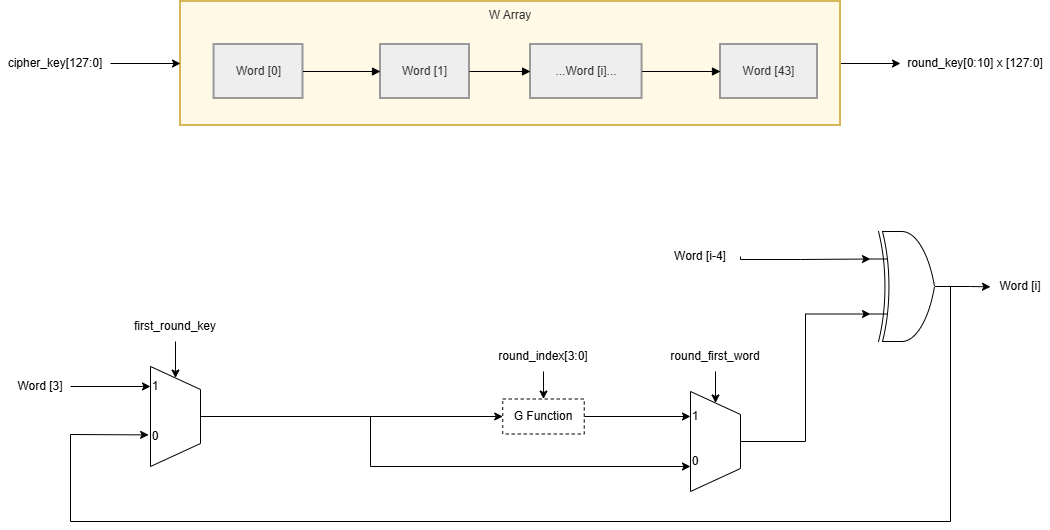
Earlier version of the draw.io export media/AESKeyExpansionLowDes.png (LQLManZz/AES128-Verilog). Source tidied: cells renumbered, new cells last; positions are measured from the earlier drawing's top-left corner, leaving out a move shared by most shapes.
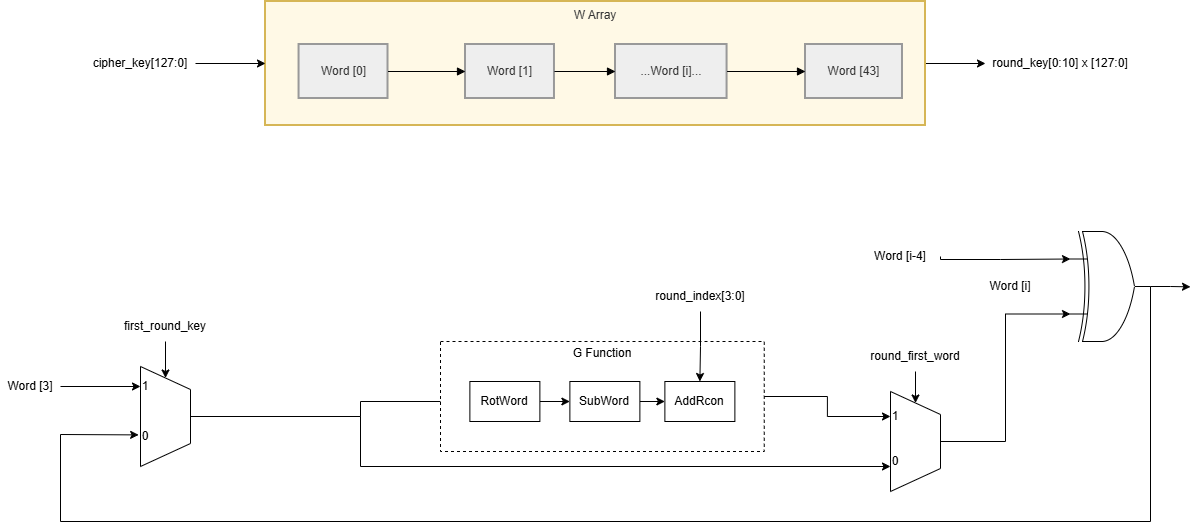
After the change.

The edit, as a diff of the source:
```diff
@@ -29,63 +29,62 @@
     <mxCell id="10" style="curved=1;startArrow=none;endArrow=block;exitX=1;exitY=0.5;entryX=0;entryY=0.5;rounded=0;" parent="3" edge="1" source="6" target="7">
       <mxGeometry relative="1" as="geometry" />
     </mxCell>
-    <mxCell id="11" style="edgeStyle=orthogonalEdgeStyle;rounded=0;jettySize=auto;html=1;exitX=0.5;exitY=0;exitDx=0;exitDy=0;entryX=0;entryY=0.5;entryDx=0;entryDy=0;" parent="1" edge="1" source="13" target="17">
-      <mxGeometry relative="1" as="geometry" />
-    </mxCell>
     <mxCell id="12" style="edgeStyle=orthogonalEdgeStyle;rounded=0;jettySize=auto;html=1;exitX=0.5;exitY=0;exitDx=0;exitDy=0;entryX=0.25;entryY=1;entryDx=0;entryDy=0;" parent="1" edge="1" source="13" target="18">
       <mxGeometry relative="1" as="geometry">
         <Array as="points">
-          <mxPoint x="370" y="415" />
-          <mxPoint x="370" y="465" />
+          <mxPoint x="275" y="415" />
+          <mxPoint x="275" y="465" />
         </Array>
       </mxGeometry>
     </mxCell>
     <mxCell id="13" style="verticalLabelPosition=middle;verticalAlign=middle;html=1;shape=trapezoid;perimeter=trapezoidPerimeter;whiteSpace=wrap;size=0.23;arcSize=10;flipV=1;labelPosition=center;align=center;legacyAnchorPoints=0;rotation=-90;" parent="1" vertex="1">
-      <mxGeometry x="125" y="390" width="100" height="50" as="geometry" />
+      <mxGeometry x="30" y="390" width="100" height="50" as="geometry" />
     </mxCell>
     <mxCell id="14" style="edgeStyle=orthogonalEdgeStyle;rounded=0;jettySize=auto;html=1;exitX=1;exitY=0.5;exitDx=0;exitDy=0;entryX=0;entryY=0.5;entryDx=0;entryDy=0;" parent="1" edge="1" source="15" target="27">
       <mxGeometry relative="1" as="geometry" />
     </mxCell>
+    <mxCell id="39" style="edgeStyle=orthogonalEdgeStyle;rounded=0;jettySize=auto;html=1;exitX=0.5;exitY=0;exitDx=0;exitDy=0;entryX=0;entryY=0.5;entryDx=0;entryDy=0;" parent="1" edge="1" source="13" target="43">
+      <mxGeometry relative="1" as="geometry">
+        <Array as="points">
+          <mxPoint x="275" y="415" />
+          <mxPoint x="275" y="400" />
+        </Array>
+      </mxGeometry>
+    </mxCell>
     <mxCell id="15" value="Word [3]" style="text;html=1;whiteSpace=wrap;strokeColor=none;fillColor=none;align=center;verticalAlign=middle;rounded=0;" parent="1" vertex="1">
-      <mxGeometry x="10" y="370" width="60" height="30" as="geometry" />
+      <mxGeometry x="-85" y="370" width="60" height="30" as="geometry" />
     </mxCell>
-    <mxCell id="16" style="edgeStyle=orthogonalEdgeStyle;rounded=0;jettySize=auto;html=1;exitX=1;exitY=0.5;exitDx=0;exitDy=0;entryX=0.75;entryY=1;entryDx=0;entryDy=0;" parent="1" edge="1" source="17" target="18">
-      <mxGeometry relative="1" as="geometry" />
-    </mxCell>
-    <mxCell id="17" value="G Function" style="whiteSpace=wrap;html=1;dashed=1;" parent="1" vertex="1">
-      <mxGeometry x="502.2" y="397.5" width="81.5" height="35" as="geometry" />
-    </mxCell>
     <mxCell id="18" style="verticalLabelPosition=middle;verticalAlign=middle;html=1;shape=trapezoid;perimeter=trapezoidPerimeter;whiteSpace=wrap;size=0.23;arcSize=10;flipV=1;labelPosition=center;align=center;legacyAnchorPoints=0;rotation=-90;" parent="1" vertex="1">
-      <mxGeometry x="665" y="415" width="100" height="50" as="geometry" />
+      <mxGeometry x="780" y="415" width="100" height="50" as="geometry" />
     </mxCell>
     <mxCell id="19" style="edgeStyle=orthogonalEdgeStyle;rounded=0;jettySize=auto;html=1;exitX=1;exitY=0.5;exitDx=0;exitDy=0;exitPerimeter=0;" parent="1" edge="1" source="20">
       <mxGeometry relative="1" as="geometry">
-        <mxPoint x="990" y="285.3" as="targetPoint" />
+        <mxPoint x="1105" y="285.3" as="targetPoint" />
       </mxGeometry>
     </mxCell>
     <mxCell id="20" style="verticalLabelPosition=bottom;shadow=0;dashed=0;align=center;html=1;verticalAlign=top;shape=mxgraph.electrical.logic_gates.logic_gate;operation=xor;" parent="1" vertex="1">
-      <mxGeometry x="870" y="230" width="80" height="110" as="geometry" />
+      <mxGeometry x="985" y="230" width="80" height="110" as="geometry" />
     </mxCell>
     <mxCell id="21" value="Word [i]" style="text;html=1;whiteSpace=wrap;strokeColor=none;fillColor=none;align=center;verticalAlign=middle;rounded=0;" parent="1" vertex="1">
-      <mxGeometry x="990" y="270" width="60" height="30" as="geometry" />
+      <mxGeometry x="895" y="270" width="60" height="30" as="geometry" />
     </mxCell>
     <mxCell id="22" style="endArrow=classic;html=1;rounded=0;entryX=0.316;entryY=1.037;entryDx=0;entryDy=0;entryPerimeter=0;exitX=1;exitY=0.5;exitDx=0;exitDy=0;exitPerimeter=0;" parent="1" edge="1" source="20" target="13">
       <mxGeometry relative="1" as="geometry">
         <Array as="points">
-          <mxPoint x="950" y="520" />
-          <mxPoint x="70" y="520" />
-          <mxPoint x="70" y="433" />
+          <mxPoint x="1065" y="520" />
+          <mxPoint x="-25" y="520" />
+          <mxPoint x="-25" y="433" />
         </Array>
       </mxGeometry>
     </mxCell>
     <mxCell id="23" value="Word [i-4]" style="text;html=1;whiteSpace=wrap;strokeColor=none;fillColor=none;align=center;verticalAlign=middle;rounded=0;" parent="1" vertex="1">
-      <mxGeometry x="660" y="240" width="80" height="30" as="geometry" />
+      <mxGeometry x="775" y="240" width="80" height="30" as="geometry" />
     </mxCell>
     <mxCell id="24" style="edgeStyle=orthogonalEdgeStyle;rounded=0;jettySize=auto;html=1;exitX=1;exitY=0.5;exitDx=0;exitDy=0;entryX=0;entryY=0.25;entryDx=0;entryDy=0;entryPerimeter=0;" parent="1" edge="1" source="23" target="20">
       <mxGeometry relative="1" as="geometry">
         <Array as="points">
-          <mxPoint x="740" y="258" />
-          <mxPoint x="800" y="258" />
+          <mxPoint x="855" y="258" />
+          <mxPoint x="915" y="258" />
         </Array>
       </mxGeometry>
     </mxCell>
@@ -93,25 +92,25 @@
       <mxGeometry relative="1" as="geometry" />
     </mxCell>
     <mxCell id="26" value="first_round_key" style="text;html=1;whiteSpace=wrap;strokeColor=none;fillColor=none;align=center;verticalAlign=middle;rounded=0;" parent="1" vertex="1">
-      <mxGeometry x="145" y="310" width="60" height="30" as="geometry" />
+      <mxGeometry x="50" y="310" width="60" height="30" as="geometry" />
     </mxCell>
     <mxCell id="27" value="1" style="text;html=1;whiteSpace=wrap;strokeColor=none;fillColor=none;align=center;verticalAlign=middle;rounded=0;" parent="1" vertex="1">
-      <mxGeometry x="150" y="375" width="10" height="20" as="geometry" />
+      <mxGeometry x="55" y="375" width="10" height="20" as="geometry" />
     </mxCell>
     <mxCell id="28" value="0" style="text;html=1;whiteSpace=wrap;strokeColor=none;fillColor=none;align=center;verticalAlign=middle;rounded=0;" parent="1" vertex="1">
-      <mxGeometry x="150" y="425" width="10" height="20" as="geometry" />
+      <mxGeometry x="55" y="425" width="10" height="20" as="geometry" />
     </mxCell>
     <mxCell id="29" style="edgeStyle=orthogonalEdgeStyle;rounded=0;jettySize=auto;html=1;exitX=0.5;exitY=1;exitDx=0;exitDy=0;entryX=1;entryY=0.5;entryDx=0;entryDy=0;" parent="1" edge="1" source="30" target="18">
       <mxGeometry relative="1" as="geometry" />
     </mxCell>
     <mxCell id="30" value="round_first_word" style="text;html=1;whiteSpace=wrap;strokeColor=none;fillColor=none;align=center;verticalAlign=middle;rounded=0;" parent="1" vertex="1">
-      <mxGeometry x="685" y="340" width="60" height="30" as="geometry" />
+      <mxGeometry x="800" y="340" width="60" height="30" as="geometry" />
     </mxCell>
     <mxCell id="31" value="1" style="text;html=1;whiteSpace=wrap;strokeColor=none;fillColor=none;align=center;verticalAlign=middle;rounded=0;" parent="1" vertex="1">
-      <mxGeometry x="690" y="405" width="10" height="20" as="geometry" />
+      <mxGeometry x="805" y="405" width="10" height="20" as="geometry" />
     </mxCell>
     <mxCell id="32" value="0" style="text;html=1;whiteSpace=wrap;strokeColor=none;fillColor=none;align=center;verticalAlign=middle;rounded=0;" parent="1" vertex="1">
-      <mxGeometry x="690" y="450" width="10" height="20" as="geometry" />
+      <mxGeometry x="805" y="450" width="10" height="20" as="geometry" />
     </mxCell>
     <mxCell id="33" style="edgeStyle=orthogonalEdgeStyle;rounded=0;jettySize=auto;html=1;exitX=1;exitY=0.5;exitDx=0;exitDy=0;entryX=0;entryY=0.5;entryDx=0;entryDy=0;" parent="1" edge="1" source="34" target="3">
       <mxGeometry relative="1" as="geometry" />
@@ -125,11 +124,38 @@
     <mxCell id="36" style="edgeStyle=orthogonalEdgeStyle;rounded=0;jettySize=auto;html=1;exitX=0.5;exitY=0;exitDx=0;exitDy=0;entryX=0;entryY=0.75;entryDx=0;entryDy=0;entryPerimeter=0;" parent="1" edge="1" source="18" target="20">
       <mxGeometry relative="1" as="geometry" />
     </mxCell>
-    <mxCell id="37" style="edgeStyle=orthogonalEdgeStyle;rounded=0;jettySize=auto;html=1;exitX=0.5;exitY=1;exitDx=0;exitDy=0;entryX=0.5;entryY=0;entryDx=0;entryDy=0;" parent="1" edge="1" source="38" target="17">
-      <mxGeometry relative="1" as="geometry" />
-    </mxCell>
+    <mxCell id="40" style="group;" parent="1" vertex="1">
+      <mxGeometry x="355" y="340" width="323.8" height="110" as="geometry" />
+    </mxCell>
+    <mxCell id="17" style="whiteSpace=wrap;html=1;dashed=1;" parent="40" vertex="1">
+      <mxGeometry width="323.8" height="110" as="geometry" />
+    </mxCell>
+    <mxCell id="41" value="G Function" style="text;html=1;whiteSpace=wrap;strokeColor=none;fillColor=none;align=center;verticalAlign=middle;rounded=0;" parent="40" vertex="1">
+      <mxGeometry x="102.1" y="5.9" width="119.5" height="11.8" as="geometry" />
+    </mxCell>
+    <mxCell id="42" style="edgeStyle=orthogonalEdgeStyle;rounded=0;jettySize=auto;html=1;exitX=1;exitY=0.5;exitDx=0;exitDy=0;entryX=0;entryY=0.5;entryDx=0;entryDy=0;" parent="40" edge="1" source="43" target="45">
+      <mxGeometry relative="1" as="geometry" />
+    </mxCell>
+    <mxCell id="43" value="RotWord" style="rounded=0;whiteSpace=wrap;html=1;" parent="40" vertex="1">
+      <mxGeometry x="29.4" y="40" width="70" height="40" as="geometry" />
+    </mxCell>
+    <mxCell id="44" style="edgeStyle=orthogonalEdgeStyle;rounded=0;jettySize=auto;html=1;exitX=1;exitY=0.5;exitDx=0;exitDy=0;entryX=0;entryY=0.5;entryDx=0;entryDy=0;" parent="40" edge="1" source="45" target="46">
+      <mxGeometry relative="1" as="geometry" />
+    </mxCell>
+    <mxCell id="45" value="SubWord" style="whiteSpace=wrap;html=1;" parent="40" vertex="1">
+      <mxGeometry x="129.4" y="40" width="70" height="40" as="geometry" />
+    </mxCell>
+    <mxCell id="46" value="AddRcon" style="whiteSpace=wrap;html=1;" parent="40" vertex="1">
+      <mxGeometry x="224.4" y="40" width="70" height="40" as="geometry" />
+    </mxCell>
+    <mxCell id="47" style="edgeStyle=orthogonalEdgeStyle;rounded=0;jettySize=auto;html=1;exitX=0.5;exitY=1;exitDx=0;exitDy=0;entryX=0.5;entryY=0;entryDx=0;entryDy=0;" parent="1" edge="1" source="38" target="46">
+      <mxGeometry relative="1" as="geometry" />
+    </mxCell>
     <mxCell id="38" value="round_index[3:0]" style="text;html=1;whiteSpace=wrap;strokeColor=none;fillColor=none;align=center;verticalAlign=middle;rounded=0;" parent="1" vertex="1">
-      <mxGeometry x="493" y="340" width="100" height="30" as="geometry" />
+      <mxGeometry x="565" y="280" width="100" height="30" as="geometry" />
     </mxCell>
+    <mxCell id="48" style="edgeStyle=orthogonalEdgeStyle;rounded=0;jettySize=auto;html=1;exitX=1;exitY=0.5;exitDx=0;exitDy=0;entryX=0;entryY=0.5;entryDx=0;entryDy=0;" parent="1" edge="1" source="17" target="31">
+      <mxGeometry relative="1" as="geometry" />
+    </mxCell>
   </root>
 </mxGraphModel>
```
